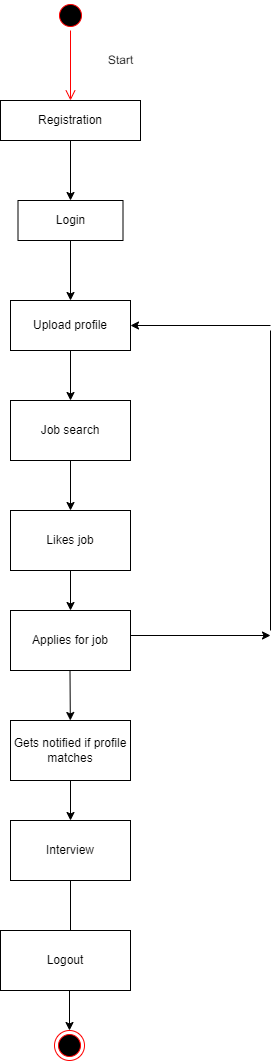
Before: object modelling/Activity Diagram.drawio.png, a diagram exported from draw.io (akshayar2712/ust-prograd-training). Source tidied: cells renumbered, new cells last; positions are measured from the earlier drawing's top-left corner, leaving out a move shared by most shapes.
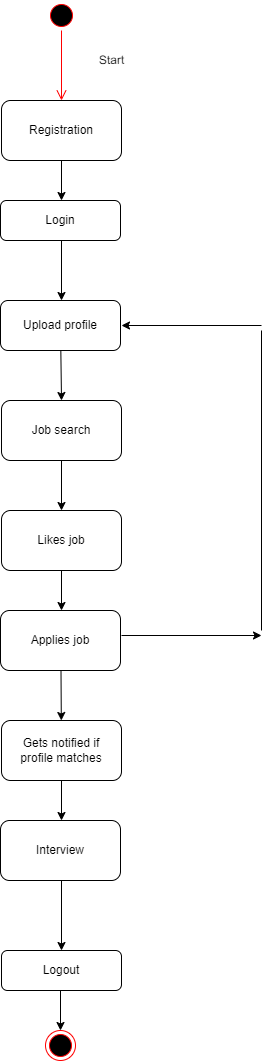
The same file after the commit.

Commit message:
committed diagrams for object modelling

Change to the diagram source:
```diff
@@ -2,20 +2,12 @@
   <root>
     <mxCell id="0" />
     <mxCell id="1" parent="0" />
-    <mxCell id="2" style="endArrow=classic;html=1;rounded=0;exitX=0.5;exitY=1;exitDx=0;exitDy=0;" parent="1" edge="1" source="26">
+    <mxCell id="2" style="endArrow=classic;html=1;rounded=0;exitX=0.5;exitY=1;exitDx=0;exitDy=0;" parent="1" edge="1">
       <mxGeometry relative="1" as="geometry">
+        <mxPoint x="70" y="880" as="sourcePoint" />
         <mxPoint x="70" y="950" as="targetPoint" />
       </mxGeometry>
     </mxCell>
-    <mxCell id="3" value="Upload profile" style="rounded=0;whiteSpace=wrap;html=1;" parent="1" vertex="1">
-      <mxGeometry x="10" y="300" width="120" height="50" as="geometry" />
-    </mxCell>
-    <mxCell id="4" value="Login" style="rounded=0;whiteSpace=wrap;html=1;" parent="1" vertex="1">
-      <mxGeometry x="17.5" y="200" width="105" height="40" as="geometry" />
-    </mxCell>
-    <mxCell id="5" value="Registration" style="rounded=0;whiteSpace=wrap;html=1;" parent="1" vertex="1">
-      <mxGeometry y="100" width="140" height="40" as="geometry" />
-    </mxCell>
     <mxCell id="6" style="ellipse;html=1;shape=startState;fillColor=#000000;strokeColor=#ff0000;" parent="1" vertex="1">
       <mxGeometry x="55" width="30" height="30" as="geometry" />
     </mxCell>
@@ -24,11 +16,17 @@
         <mxPoint x="70" y="100" as="targetPoint" />
       </mxGeometry>
     </mxCell>
-    <mxCell id="8" style="edgeStyle=orthogonalEdgeStyle;rounded=0;orthogonalLoop=1;jettySize=auto;html=1;exitX=0.5;exitY=1;exitDx=0;exitDy=0;" parent="1" edge="1" source="5" target="5">
-      <mxGeometry relative="1" as="geometry" />
+    <mxCell id="8" style="edgeStyle=orthogonalEdgeStyle;rounded=0;orthogonalLoop=1;jettySize=auto;html=1;exitX=0.5;exitY=1;exitDx=0;exitDy=0;" parent="1" edge="1">
+      <mxGeometry relative="1" as="geometry">
+        <mxPoint x="70" y="140" as="sourcePoint" />
+        <mxPoint x="70" y="140" as="targetPoint" />
+      </mxGeometry>
     </mxCell>
-    <mxCell id="9" style="endArrow=classic;html=1;rounded=0;exitX=0.5;exitY=1;exitDx=0;exitDy=0;" parent="1" edge="1" source="5" target="4">
-      <mxGeometry relative="1" as="geometry" />
+    <mxCell id="9" style="endArrow=classic;html=1;rounded=0;exitX=0.5;exitY=1;exitDx=0;exitDy=0;" parent="1" edge="1">
+      <mxGeometry relative="1" as="geometry">
+        <mxPoint x="70" y="140" as="sourcePoint" />
+        <mxPoint x="70" y="200" as="targetPoint" />
+      </mxGeometry>
     </mxCell>
     <mxCell id="10" style="endArrow=classic;html=1;rounded=0;" parent="1" edge="1">
       <mxGeometry relative="1" as="geometry">
@@ -36,9 +34,8 @@
         <mxPoint x="70" y="300" as="targetPoint" />
       </mxGeometry>
     </mxCell>
-    <mxCell id="11" style="endArrow=classic;html=1;rounded=0;" parent="1" edge="1">
+    <mxCell id="11" style="endArrow=classic;html=1;rounded=0;startArrow=none;" parent="1" edge="1" source="3">
       <mxGeometry relative="1" as="geometry">
-        <mxPoint x="70" y="350" as="sourcePoint" />
         <mxPoint x="70" y="400" as="targetPoint" />
       </mxGeometry>
     </mxCell>
@@ -53,31 +50,24 @@
     <mxCell id="14" value="Start" style="text;html=1;align=center;verticalAlign=middle;fillColor=none;strokeColor=none;rounded=0;rotation=-1;fontSize=12;" parent="1" vertex="1">
       <mxGeometry x="100" y="50" width="40" height="20" as="geometry" />
     </mxCell>
-    <mxCell id="15" value="Job search" style="rounded=0;whiteSpace=wrap;html=1;" parent="1" vertex="1">
-      <mxGeometry x="10" y="400" width="120" height="60" as="geometry" />
-    </mxCell>
-    <mxCell id="16" style="endArrow=classic;html=1;rounded=0;" parent="1" edge="1" target="17">
+    <mxCell id="16" style="endArrow=classic;html=1;rounded=0;" parent="1" edge="1">
       <mxGeometry relative="1" as="geometry">
         <mxPoint x="70" y="460" as="sourcePoint" />
+        <mxPoint x="70" y="510" as="targetPoint" />
       </mxGeometry>
     </mxCell>
-    <mxCell id="17" value="Likes job" style="rounded=0;whiteSpace=wrap;html=1;" parent="1" vertex="1">
-      <mxGeometry x="10" y="510" width="120" height="60" as="geometry" />
-    </mxCell>
-    <mxCell id="18" value="Applies for job" style="rounded=0;whiteSpace=wrap;html=1;" parent="1" vertex="1">
-      <mxGeometry x="10" y="610" width="120" height="60" as="geometry" />
-    </mxCell>
-    <mxCell id="19" style="endArrow=classic;html=1;rounded=0;exitX=0.5;exitY=1;exitDx=0;exitDy=0;" parent="1" edge="1" source="17" target="18">
-      <mxGeometry relative="1" as="geometry" />
+    <mxCell id="19" style="endArrow=classic;html=1;rounded=0;exitX=0.5;exitY=1;exitDx=0;exitDy=0;" parent="1" edge="1">
+      <mxGeometry relative="1" as="geometry">
+        <mxPoint x="70" y="570" as="sourcePoint" />
+        <mxPoint x="70" y="610" as="targetPoint" />
+      </mxGeometry>
     </mxCell>
-    <mxCell id="20" style="endArrow=classic;html=1;rounded=0;" parent="1" edge="1" target="21">
+    <mxCell id="20" style="endArrow=classic;html=1;rounded=0;" parent="1" edge="1">
       <mxGeometry relative="1" as="geometry">
         <mxPoint x="69.5" y="670" as="sourcePoint" />
+        <mxPoint x="69.8" y="720" as="targetPoint" />
       </mxGeometry>
     </mxCell>
-    <mxCell id="21" value="Gets notified if profile matches" style="rounded=0;whiteSpace=wrap;html=1;" parent="1" vertex="1">
-      <mxGeometry x="10" y="720" width="120" height="60" as="geometry" />
-    </mxCell>
     <mxCell id="22" style="endArrow=classic;html=1;rounded=0;" parent="1" edge="1">
       <mxGeometry relative="1" as="geometry">
         <mxPoint x="70" y="780" as="sourcePoint" />
@@ -96,16 +86,43 @@
         <mxPoint x="270" y="330" as="targetPoint" />
       </mxGeometry>
     </mxCell>
-    <mxCell id="25" style="endArrow=classic;html=1;rounded=0;entryX=1;entryY=0.5;entryDx=0;entryDy=0;" parent="1" edge="1" target="3">
+    <mxCell id="25" style="endArrow=classic;html=1;rounded=0;entryX=1;entryY=0.5;entryDx=0;entryDy=0;" parent="1" edge="1">
       <mxGeometry relative="1" as="geometry">
         <mxPoint x="270" y="325" as="sourcePoint" />
+        <mxPoint x="130" y="325" as="targetPoint" />
       </mxGeometry>
     </mxCell>
+    <mxCell id="5" value="Registration" style="rounded=1;whiteSpace=wrap;html=1;" parent="1" vertex="1">
+      <mxGeometry x="10" y="100" width="120" height="60" as="geometry" />
+    </mxCell>
+    <mxCell id="4" value="Login" style="rounded=1;whiteSpace=wrap;html=1;" parent="1" vertex="1">
+      <mxGeometry x="9" y="200" width="120" height="40" as="geometry" />
+    </mxCell>
+    <mxCell id="3" value="Upload profile" style="rounded=1;whiteSpace=wrap;html=1;" parent="1" vertex="1">
+      <mxGeometry x="9" y="300" width="120" height="50" as="geometry" />
+    </mxCell>
+    <mxCell id="28" style="endArrow=none;html=1;rounded=0;" parent="1" edge="1" target="3">
+      <mxGeometry relative="1" as="geometry">
+        <mxPoint x="70" y="350" as="sourcePoint" />
+      </mxGeometry>
+    </mxCell>
+    <mxCell id="15" value="Job search" style="rounded=1;whiteSpace=wrap;html=1;" parent="1" vertex="1">
+      <mxGeometry x="10" y="400" width="120" height="60" as="geometry" />
+    </mxCell>
+    <mxCell id="17" value="Likes job" style="rounded=1;whiteSpace=wrap;html=1;" parent="1" vertex="1">
+      <mxGeometry x="10" y="510" width="120" height="60" as="geometry" />
+    </mxCell>
+    <mxCell id="29" value="Applies job" style="rounded=1;whiteSpace=wrap;html=1;" parent="1" vertex="1">
+      <mxGeometry x="9" y="610" width="120" height="60" as="geometry" />
+    </mxCell>
+    <mxCell id="21" value="Gets notified if&lt;br&gt;profile matches" style="rounded=1;whiteSpace=wrap;html=1;" parent="1" vertex="1">
+      <mxGeometry x="10" y="720" width="120" height="60" as="geometry" />
+    </mxCell>
-    <mxCell id="26" value="Interview" style="rounded=0;whiteSpace=wrap;html=1;" parent="1" vertex="1">
-      <mxGeometry x="10" y="820" width="120" height="60" as="geometry" />
+    <mxCell id="26" value="Interview" style="rounded=1;whiteSpace=wrap;html=1;" parent="1" vertex="1">
+      <mxGeometry x="9" y="820" width="120" height="60" as="geometry" />
     </mxCell>
-    <mxCell id="27" value="Logout" style="rounded=0;whiteSpace=wrap;html=1;" parent="1" vertex="1">
-      <mxGeometry y="930" width="130" height="60" as="geometry" />
+    <mxCell id="27" value="Logout" style="rounded=1;whiteSpace=wrap;html=1;" parent="1" vertex="1">
+      <mxGeometry x="10" y="950" width="120" height="40" as="geometry" />
     </mxCell>
   </root>
 </mxGraphModel>
```
